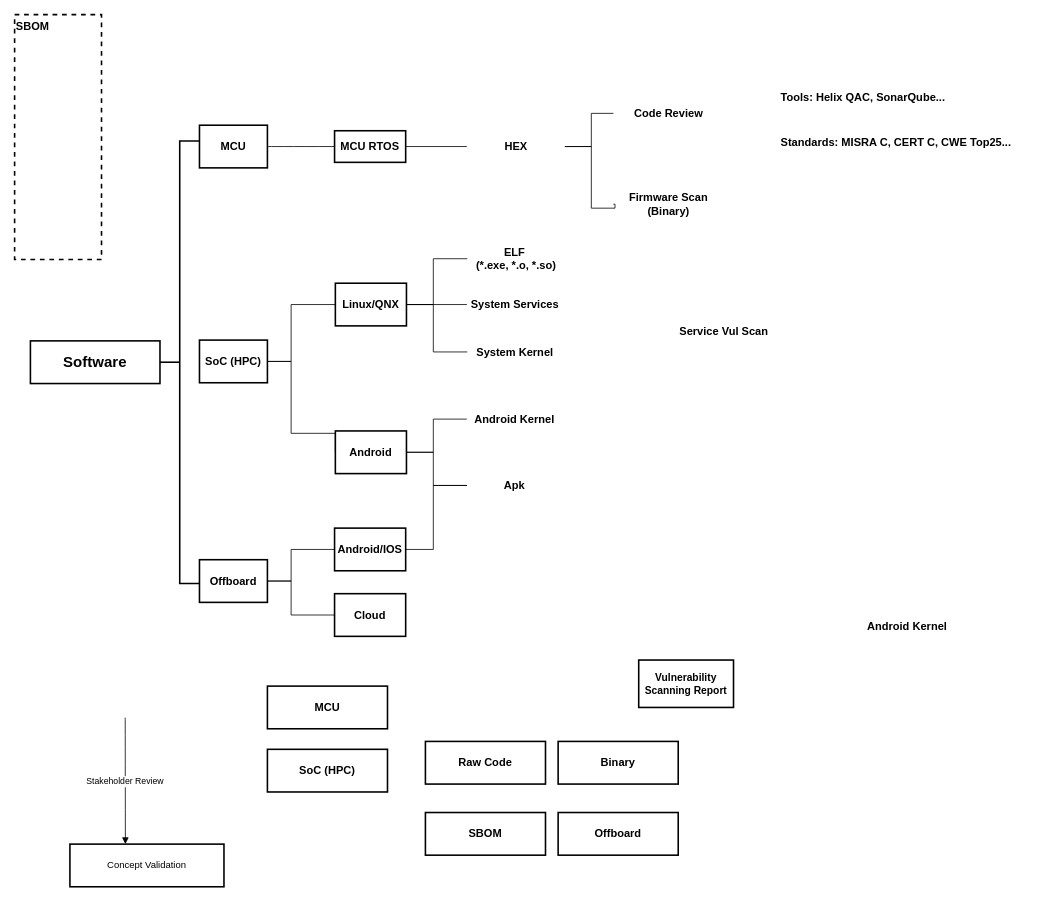
Earlier version of the draw.io diagram VulScan.drawio (karl-xing/drawio). Source tidied: cells renumbered, new cells numbered last; positions are measured from the earlier drawing's top-left corner, leaving out a move shared by most shapes. Both pictures are drawn from the tidied source at 79%, with x=0, y=0 at pixel (14, 14).
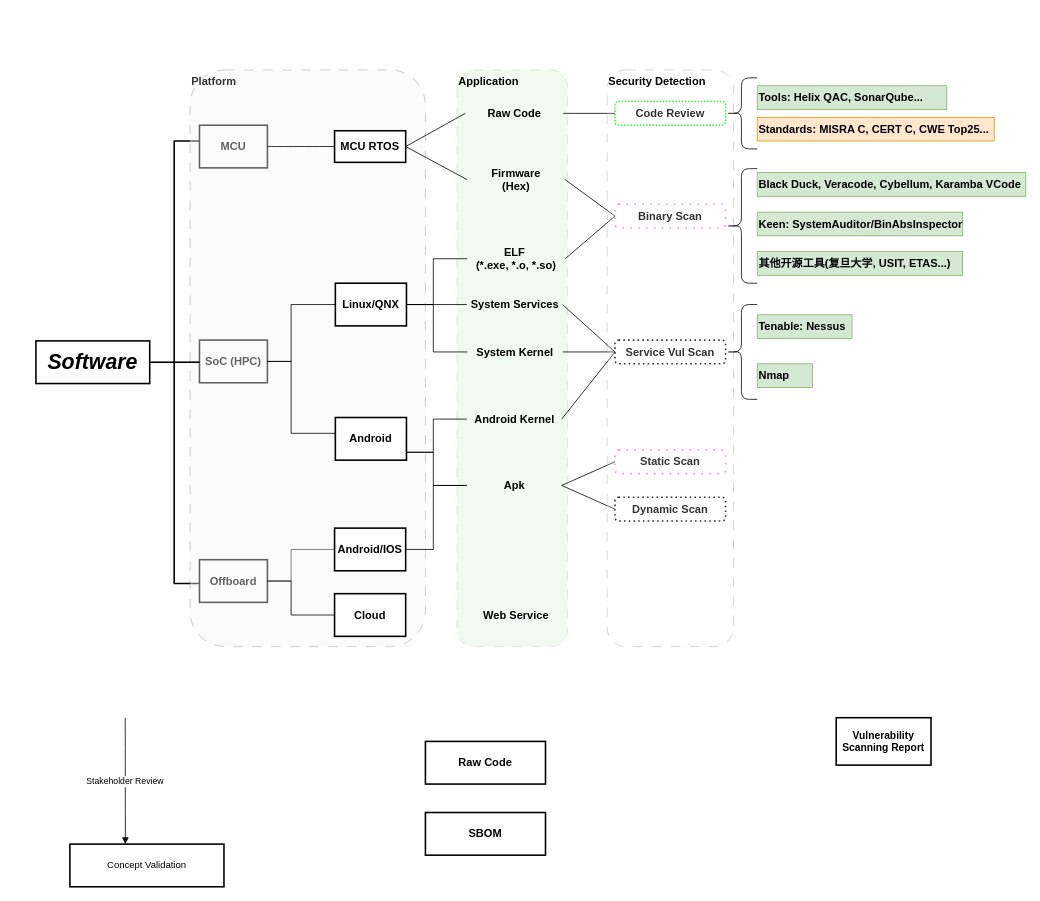
The same page after the edit.

Unchanged cells that the change refers to:
```xml
<mxCell id="20" value="MCU RTOS" style="whiteSpace=wrap;strokeWidth=2;fontSize=14;fontStyle=1;" parent="1" vertex="1">
  <mxGeometry x="405" y="147" width="90" height="40" as="geometry" />
</mxCell>
```

Change to the diagram source:
```diff
@@
+    <mxCell id="49" value="Application" style="whiteSpace=wrap;strokeWidth=1;fontSize=14;fontStyle=1;fillColor=#d5e8d4;dashed=1;verticalAlign=top;align=left;dashPattern=12 12;perimeterSpacing=0;opacity=30;rounded=1;strokeColor=#82b366;" parent="1" vertex="1">
+      <mxGeometry x="560" y="70" width="140" height="730" as="geometry" />
+    </mxCell>
-    <mxCell id="2" value="Software" style="whiteSpace=wrap;strokeWidth=2;fontSize=19;fontStyle=1;" parent="1" vertex="1">
-      <mxGeometry x="20" y="413" width="164" height="54" as="geometry" />
+    <mxCell id="2" value="Software" style="whiteSpace=wrap;strokeWidth=2;fontSize=27;fontStyle=3;" parent="1" vertex="1">
+      <mxGeometry x="27" y="413" width="144" height="54" as="geometry" />
     </mxCell>
@@
     <mxCell id="5" style="strokeWidth=2;html=1;shape=mxgraph.flowchart.annotation_2;align=left;labelPosition=right;" parent="1" vertex="1">
-      <mxGeometry x="184" y="160" width="50" height="560" as="geometry" />
+      <mxGeometry x="170" y="160" width="64" height="560" as="geometry" />
     </mxCell>
@@
     <mxCell id="10" value="Vulnerability Scanning Report" style="whiteSpace=wrap;html=1;fontSize=13;strokeWidth=2;fontStyle=1;" parent="1" vertex="1">
-      <mxGeometry x="790" y="817" width="120" height="60" as="geometry" />
+      <mxGeometry x="1040" y="890" width="120" height="60" as="geometry" />
     </mxCell>
-    <mxCell id="11" value="MCU" style="whiteSpace=wrap;strokeWidth=2;fontSize=14;fontStyle=1;" parent="1" vertex="1">
-      <mxGeometry x="320" y="850" width="152" height="54" as="geometry" />
-    </mxCell>
-    <mxCell id="12" value="SoC (HPC)" style="whiteSpace=wrap;strokeWidth=2;fontSize=14;fontStyle=1;" parent="1" vertex="1">
-      <mxGeometry x="320" y="930" width="152" height="54" as="geometry" />
-    </mxCell>
-    <mxCell id="13" value="Offboard" style="whiteSpace=wrap;strokeWidth=2;fontSize=14;fontStyle=1;" parent="1" vertex="1">
-      <mxGeometry x="688" y="1010" width="152" height="54" as="geometry" />
-    </mxCell>
-    <mxCell id="14" value="Binary" style="whiteSpace=wrap;strokeWidth=2;fontSize=14;fontStyle=1;" parent="1" vertex="1">
-      <mxGeometry x="688" y="920" width="152" height="54" as="geometry" />
-    </mxCell>
@@
-    <mxCell id="17" value="SBOM" style="whiteSpace=wrap;strokeWidth=2;fontSize=14;fontStyle=1;fillColor=none;dashed=1;verticalAlign=top;align=left;" parent="1" vertex="1">
-      <mxGeometry width="110" height="310" as="geometry" />
+    <mxCell id="17" value="Platform" style="whiteSpace=wrap;strokeWidth=1;fontSize=14;fontStyle=1;fillColor=#f5f5f5;dashed=1;verticalAlign=top;align=left;dashPattern=12 12;fontColor=#333333;strokeColor=#666666;opacity=40;rounded=1;" parent="1" vertex="1">
+      <mxGeometry x="222" y="70" width="298" height="730" as="geometry" />
     </mxCell>
@@
     <mxCell id="19" value="Android" style="whiteSpace=wrap;strokeWidth=2;fontSize=14;fontStyle=1;" parent="1" vertex="1">
-      <mxGeometry x="406" y="527" width="90" height="54" as="geometry" />
+      <mxGeometry x="406" y="510" width="90" height="54" as="geometry" />
     </mxCell>
@@
-    <mxCell id="22" value="ELF &#10;(*.exe, *.o, *.so)" style="whiteSpace=wrap;strokeWidth=2;fontSize=14;fontStyle=1;strokeColor=none;points=[[0,0,0,0,0],[0,0.5,0,0,0],[0,1,0,0,0],[0.25,0,0,0,0],[0.25,1,0,0,0],[0.5,0,0,0,0],[0.5,1,0,0,0],[0.75,0,0,0,0],[0.75,1,0,0,0],[1,0,0,0,0],[1,0.5,0,0,0],[1,1,0,0,0]];" parent="1" vertex="1">
+    <mxCell id="22" value="ELF &#10;(*.exe, *.o, *.so)" style="whiteSpace=wrap;strokeWidth=2;fontSize=14;fontStyle=1;strokeColor=none;points=[[0,0,0,0,0],[0,0.5,0,0,0],[0,1,0,0,0],[0.25,0,0,0,0],[0.25,1,0,0,0],[0.5,0,0,0,0],[0.5,1,0,0,0],[0.75,0,0,0,0],[0.75,1,0,0,0],[1,0,0,0,0],[1,0.5,0,0,0],[1,1,0,0,0]];fillColor=none;" parent="1" vertex="1">
       <mxGeometry x="573" y="294" width="124" height="30" as="geometry" />
     </mxCell>
-    <mxCell id="23" value="Android Kernel" style="whiteSpace=wrap;strokeWidth=2;fontSize=14;fontStyle=1;strokeColor=none;" parent="1" vertex="1">
-      <mxGeometry x="1070" y="760" width="120" height="30" as="geometry" />
-    </mxCell>
@@
-    <mxCell id="25" value="System Services" style="whiteSpace=wrap;strokeWidth=2;fontSize=14;fontStyle=1;strokeColor=none;points=[[0,0,0,0,0],[0,0.5,0,0,0],[0,1,0,0,0],[0.25,0,0,0,0],[0.25,1,0,0,0],[0.5,0,0,0,0],[0.5,1,0,0,0],[0.75,0,0,0,0],[0.75,1,0,0,0],[1,0,0,0,0],[1,0.5,0,0,0],[1,1,0,0,0]];" parent="1" vertex="1">
+    <mxCell id="25" value="System Services" style="whiteSpace=wrap;strokeWidth=2;fontSize=14;fontStyle=1;strokeColor=none;points=[[0,0,0,0,0],[0,0.5,0,0,0],[0,1,0,0,0],[0.25,0,0,0,0],[0.25,1,0,0,0],[0.5,0,0,0,0],[0.5,1,0,0,0],[0.75,0,0,0,0],[0.75,1,0,0,0],[1,0,0,0,0],[1,0.5,0,0,0],[1,1,0,0,0]];fillColor=none;" parent="1" vertex="1">
       <mxGeometry x="572.5" y="352" width="121" height="30" as="geometry" />
     </mxCell>
@@
-    <mxCell id="27" value="System Kernel" style="whiteSpace=wrap;strokeWidth=2;fontSize=14;fontStyle=1;strokeColor=none;points=[[0,0,0,0,0],[0,0.5,0,0,0],[0,1,0,0,0],[0.25,0,0,0,0],[0.25,1,0,0,0],[0.5,0,0,0,0],[0.5,1,0,0,0],[0.75,0,0,0,0],[0.75,1,0,0,0],[1,0,0,0,0],[1,0.5,0,0,0],[1,1,0,0,0]];" parent="1" vertex="1">
+    <mxCell id="27" value="System Kernel" style="whiteSpace=wrap;strokeWidth=2;fontSize=14;fontStyle=1;strokeColor=none;points=[[0,0,0,0,0],[0,0.5,0,0,0],[0,1,0,0,0],[0.25,0,0,0,0],[0.25,1,0,0,0],[0.5,0,0,0,0],[0.5,1,0,0,0],[0.75,0,0,0,0],[0.75,1,0,0,0],[1,0,0,0,0],[1,0.5,0,0,0],[1,1,0,0,0]];fillColor=none;" parent="1" vertex="1">
       <mxGeometry x="573" y="412" width="121" height="30" as="geometry" />
     </mxCell>
@@
-    <mxCell id="31" value="Apk" style="whiteSpace=wrap;strokeWidth=2;fontSize=14;fontStyle=1;strokeColor=none;points=[[0,0,0,0,0],[0,0.5,0,0,0],[0,1,0,0,0],[0.25,0,0,0,0],[0.25,1,0,0,0],[0.5,0,0,0,0],[0.5,1,0,0,0],[0.75,0,0,0,0],[0.75,1,0,0,0],[1,0,0,0,0],[1,0.5,0,0,0],[1,1,0,0,0]];" parent="1" vertex="1">
+    <mxCell id="31" value="Apk" style="whiteSpace=wrap;strokeWidth=2;fontSize=14;fontStyle=1;strokeColor=none;points=[[0,0,0,0,0],[0,0.5,0,0,0],[0,1,0,0,0],[0.25,0,0,0,0],[0.25,1,0,0,0],[0.5,0,0,0,0],[0.5,1,0,0,0],[0.75,0,0,0,0],[0.75,1,0,0,0],[1,0,0,0,0],[1,0.5,0,0,0],[1,1,0,0,0]];fillColor=none;" parent="1" vertex="1">
       <mxGeometry x="572.5" y="581" width="120" height="30" as="geometry" />
     </mxCell>
@@
-    <mxCell id="37" value="Code Review" style="whiteSpace=wrap;strokeWidth=2;fontSize=14;fontStyle=1;strokeColor=none;points=[[0,0,0,0,0],[0,0.5,0,0,0],[0,1,0,0,0],[0.25,0,0,0,0],[0.25,1,0,0,0],[0.5,0,0,0,0],[0.5,1,0,0,0],[0.75,0,0,0,0],[0.75,1,0,0,0],[1,0,0,0,0],[1,0.5,0,0,0],[1,1,0,0,0]];" parent="1" vertex="1">
-      <mxGeometry x="758" y="110" width="140" height="30" as="geometry" />
+    <mxCell id="37" value="Code Review" style="whiteSpace=wrap;strokeWidth=2;fontSize=14;fontStyle=1;strokeColor=#00FF00;points=[[0,0,0,0,0],[0,0.5,0,0,0],[0,1,0,0,0],[0.25,0,0,0,0],[0.25,1,0,0,0],[0.5,0,0,0,0],[0.5,1,0,0,0],[0.75,0,0,0,0],[0.75,1,0,0,0],[1,0,0,0,0],[1,0.5,0,0,0],[1,1,0,0,0]];dashed=1;dashPattern=1 1;glass=0;rounded=1;" parent="1" vertex="1">
+      <mxGeometry x="760" y="110" width="140" height="30" as="geometry" />
     </mxCell>
-    <mxCell id="38" value="Firmware Scan&#10;(Binary)" style="whiteSpace=wrap;strokeWidth=2;fontSize=14;fontStyle=1;strokeColor=none;points=[[0,0,0,0,0],[0,0.5,0,0,0],[0,1,0,0,0],[0.25,0,0,0,0],[0.25,1,0,0,0],[0.5,0,0,0,0],[0.5,1,0,0,0],[0.75,0,0,0,0],[0.75,1,0,0,0],[1,0,0,0,0],[1,0.5,0,0,0],[1,1,0,0,0]];" parent="1" vertex="1">
-      <mxGeometry x="758" y="210" width="140" height="60" as="geometry" />
-    </mxCell>
-    <mxCell id="39" value="Service Vul Scan" style="whiteSpace=wrap;strokeWidth=2;fontSize=14;fontStyle=1;strokeColor=none;points=[[0,0,0,0,0],[0,0.5,0,0,0],[0,1,0,0,0],[0.25,0,0,0,0],[0.25,1,0,0,0],[0.5,0,0,0,0],[0.5,1,0,0,0],[0.75,0,0,0,0],[0.75,1,0,0,0],[1,0,0,0,0],[1,0.5,0,0,0],[1,1,0,0,0]];" parent="1" vertex="1">
-      <mxGeometry x="828" y="385.5" width="140" height="30" as="geometry" />
+    <mxCell id="39" value="Service Vul Scan" style="whiteSpace=wrap;strokeWidth=2;fontSize=14;fontStyle=1;strokeColor=default;points=[[0,0,0,0,0],[0,0.5,0,0,0],[0,1,0,0,0],[0.25,0,0,0,0],[0.25,1,0,0,0],[0.5,0,0,0,0],[0.5,1,0,0,0],[0.75,0,0,0,0],[0.75,1,0,0,0],[1,0,0,0,0],[1,0.5,0,0,0],[1,1,0,0,0]];dashed=1;dashPattern=1 2;rounded=1;" parent="1" vertex="1">
+      <mxGeometry x="760" y="412" width="140" height="30" as="geometry" />
     </mxCell>
@@
-    <mxCell id="42" value="Android Kernel" style="whiteSpace=wrap;strokeWidth=2;fontSize=14;fontStyle=1;strokeColor=none;points=[[0,0,0,0,0],[0,0.5,0,0,0],[0,1,0,0,0],[0.25,0,0,0,0],[0.25,1,0,0,0],[0.5,0,0,0,0],[0.5,1,0,0,0],[0.75,0,0,0,0],[0.75,1,0,0,0],[1,0,0,0,0],[1,0.5,0,0,0],[1,1,0,0,0]];" parent="1" vertex="1">
+    <mxCell id="42" value="Android Kernel" style="whiteSpace=wrap;strokeWidth=2;fontSize=14;fontStyle=1;strokeColor=none;points=[[0,0,0,0,0],[0,0.5,0,0,0],[0,1,0,0,0],[0.25,0,0,0,0],[0.25,1,0,0,0],[0.5,0,0,0,0],[0.5,1,0,0,0],[0.75,0,0,0,0],[0.75,1,0,0,0],[1,0,0,0,0],[1,0.5,0,0,0],[1,1,0,0,0]];fillColor=none;" parent="1" vertex="1">
       <mxGeometry x="572.5" y="497" width="120" height="30" as="geometry" />
     </mxCell>
@@
-    <mxCell id="44" value="HEX" style="whiteSpace=wrap;strokeWidth=2;fontSize=14;fontStyle=1;strokeColor=none;points=[[0,0,0,0,0],[0,0.5,0,0,0],[0,1,0,0,0],[0.25,0,0,0,0],[0.25,1,0,0,0],[0.5,0,0,0,0],[0.5,1,0,0,0],[0.75,0,0,0,0],[0.75,1,0,0,0],[1,0,0,0,0],[1,0.5,0,0,0],[1,1,0,0,0]];" parent="1" vertex="1">
-      <mxGeometry x="572.5" y="152" width="124" height="30" as="geometry" />
+    <mxCell id="44" value="Firmware&#10;(Hex)" style="whiteSpace=wrap;strokeWidth=2;fontSize=14;fontStyle=1;strokeColor=none;points=[[0,0,0,0,0],[0,0.5,0,0,0],[0,1,0,0,0],[0.25,0,0,0,0],[0.25,1,0,0,0],[0.5,0,0,0,0],[0.5,1,0,0,0],[0.75,0,0,0,0],[0.75,1,0,0,0],[1,0,0,0,0],[1,0.5,0,0,0],[1,1,0,0,0]];fillColor=none;" parent="1" vertex="1">
+      <mxGeometry x="573" y="194" width="124" height="30" as="geometry" />
     </mxCell>
-    <mxCell id="45" value="Tools: Helix QAC, SonarQube..." style="whiteSpace=wrap;strokeWidth=2;fontSize=14;fontStyle=1;strokeColor=none;align=left;" parent="1" vertex="1">
-      <mxGeometry x="968" y="90" width="240" height="30" as="geometry" />
+    <mxCell id="45" value="Tools: Helix QAC, SonarQube..." style="whiteSpace=wrap;strokeWidth=1;fontSize=14;fontStyle=1;strokeColor=#82b366;align=left;fillColor=#d5e8d4;" parent="1" vertex="1">
+      <mxGeometry x="940" y="90" width="240" height="30" as="geometry" />
     </mxCell>
-    <mxCell id="46" value="Standards: MISRA C, CERT C, CWE Top25..." style="whiteSpace=wrap;strokeWidth=2;fontSize=14;fontStyle=1;strokeColor=none;align=left;" parent="1" vertex="1">
-      <mxGeometry x="968" y="147" width="300" height="30" as="geometry" />
+    <mxCell id="46" value="Standards: MISRA C, CERT C, CWE Top25..." style="whiteSpace=wrap;strokeWidth=1;fontSize=14;fontStyle=1;strokeColor=#d79b00;align=left;fillColor=#ffe6cc;" parent="1" vertex="1">
+      <mxGeometry x="940" y="130" width="300" height="30" as="geometry" />
     </mxCell>
-    <mxCell id="47" style="endArrow=none;html=1;rounded=0;exitX=1;exitY=0.5;exitDx=0;exitDy=0;endFill=0;edgeStyle=orthogonalEdgeStyle;exitPerimeter=0;entryX=0;entryY=0.5;entryDx=0;entryDy=0;entryPerimeter=0;" parent="1" edge="1" source="44" target="38">
-      <mxGeometry relative="1" as="geometry">
-        <Array as="points">
-          <mxPoint x="730" y="167" />
-          <mxPoint x="730" y="245" />
-          <mxPoint x="760" y="245" />
-          <mxPoint x="760" y="240" />
-        </Array>
-      </mxGeometry>
-    </mxCell>
-    <mxCell id="48" style="endArrow=none;html=1;rounded=0;exitX=1;exitY=0.5;exitDx=0;exitDy=0;endFill=0;edgeStyle=orthogonalEdgeStyle;exitPerimeter=0;entryX=0;entryY=0.5;entryDx=0;entryDy=0;entryPerimeter=0;" parent="1" edge="1" source="44" target="37">
-      <mxGeometry relative="1" as="geometry">
-        <Array as="points">
-          <mxPoint x="730" y="167" />
-          <mxPoint x="730" y="125" />
-        </Array>
-      </mxGeometry>
-    </mxCell>
+    <mxCell id="50" value="Binary Scan" style="whiteSpace=wrap;strokeWidth=2;fontSize=14;fontStyle=1;strokeColor=#FF66FF;points=[[0,0,0,0,0],[0,0.5,0,0,0],[0,1,0,0,0],[0.25,0,0,0,0],[0.25,1,0,0,0],[0.5,0,0,0,0],[0.5,1,0,0,0],[0.75,0,0,0,0],[0.75,1,0,0,0],[1,0,0,0,0],[1,0.5,0,0,0],[1,1,0,0,0]];dashed=1;dashPattern=1 4;rounded=1;" parent="1" vertex="1">
+      <mxGeometry x="760" y="240" width="140" height="30" as="geometry" />
+    </mxCell>
+    <mxCell id="51" value="Raw Code" style="whiteSpace=wrap;strokeWidth=2;fontSize=14;fontStyle=1;strokeColor=none;points=[[0,0,0,0,0],[0,0.5,0,0,0],[0,1,0,0,0],[0.25,0,0,0,0],[0.25,1,0,0,0],[0.5,0,0,0,0],[0.5,1,0,0,0],[0.75,0,0,0,0],[0.75,1,0,0,0],[1,0,0,0,0],[1,0.5,0,0,0],[1,1,0,0,0]];fillColor=none;" parent="1" vertex="1">
+      <mxGeometry x="570.5" y="110" width="124" height="30" as="geometry" />
+    </mxCell>
+    <mxCell id="52" style="endArrow=none;html=1;rounded=0;exitX=1;exitY=0.5;exitDx=0;exitDy=0;entryX=0;entryY=0.5;entryDx=0;entryDy=0;endFill=0;entryPerimeter=0;" parent="1" edge="1" source="20" target="51">
+      <mxGeometry relative="1" as="geometry" />
+    </mxCell>
+    <mxCell id="53" style="endArrow=none;html=1;rounded=0;exitX=1;exitY=0.5;exitDx=0;exitDy=0;exitPerimeter=0;entryX=0;entryY=0.5;entryDx=0;entryDy=0;entryPerimeter=0;" parent="1" edge="1" source="51" target="37">
+      <mxGeometry relative="1" as="geometry" />
+    </mxCell>
+    <mxCell id="54" style="endArrow=none;html=1;rounded=0;exitX=0.505;exitY=0.5;exitDx=0;exitDy=0;exitPerimeter=0;entryX=1;entryY=0.5;entryDx=0;entryDy=0;entryPerimeter=0;strokeWidth=2;" parent="1" edge="1" source="5" target="5">
+      <mxGeometry relative="1" as="geometry" />
+    </mxCell>
+    <mxCell id="55" style="endArrow=none;html=1;rounded=0;exitX=1;exitY=0.5;exitDx=0;exitDy=0;exitPerimeter=0;entryX=0;entryY=0.5;entryDx=0;entryDy=0;entryPerimeter=0;" parent="1" edge="1" source="44" target="50">
+      <mxGeometry relative="1" as="geometry" />
+    </mxCell>
+    <mxCell id="56" style="endArrow=none;html=1;rounded=0;exitX=1;exitY=0.5;exitDx=0;exitDy=0;exitPerimeter=0;entryX=0;entryY=0.5;entryDx=0;entryDy=0;entryPerimeter=0;" parent="1" edge="1" source="25" target="39">
+      <mxGeometry relative="1" as="geometry" />
+    </mxCell>
+    <mxCell id="57" style="endArrow=none;html=1;rounded=0;exitX=1;exitY=0.5;exitDx=0;exitDy=0;exitPerimeter=0;entryX=0;entryY=0.5;entryDx=0;entryDy=0;entryPerimeter=0;" parent="1" edge="1" source="27" target="39">
+      <mxGeometry relative="1" as="geometry" />
+    </mxCell>
+    <mxCell id="58" style="endArrow=none;html=1;rounded=0;exitX=1;exitY=0.5;exitDx=0;exitDy=0;exitPerimeter=0;entryX=0;entryY=0.5;entryDx=0;entryDy=0;entryPerimeter=0;" parent="1" edge="1" source="22" target="50">
+      <mxGeometry relative="1" as="geometry" />
+    </mxCell>
+    <mxCell id="59" style="endArrow=none;html=1;rounded=0;exitX=1;exitY=0.5;exitDx=0;exitDy=0;exitPerimeter=0;entryX=0;entryY=0.5;entryDx=0;entryDy=0;entryPerimeter=0;" parent="1" edge="1" source="42" target="39">
+      <mxGeometry relative="1" as="geometry" />
+    </mxCell>
+    <mxCell id="60" value="Web Service" style="whiteSpace=wrap;strokeWidth=2;fontSize=14;fontStyle=1;strokeColor=none;fillColor=none;" parent="1" vertex="1">
+      <mxGeometry x="573" y="745" width="124" height="30" as="geometry" />
+    </mxCell>
+    <mxCell id="61" value="Tenable: Nessus" style="whiteSpace=wrap;strokeWidth=1;fontSize=14;fontStyle=1;strokeColor=#82b366;align=left;fillColor=#d5e8d4;" parent="1" vertex="1">
+      <mxGeometry x="940" y="380" width="120" height="30" as="geometry" />
+    </mxCell>
+    <mxCell id="62" value="Nmap" style="whiteSpace=wrap;strokeWidth=1;fontSize=14;fontStyle=1;strokeColor=#82b366;align=left;fillColor=#d5e8d4;" parent="1" vertex="1">
+      <mxGeometry x="940" y="442" width="70" height="30" as="geometry" />
+    </mxCell>
+    <mxCell id="63" style="shape=curlyBracket;whiteSpace=wrap;html=1;rounded=1;labelPosition=left;verticalLabelPosition=middle;align=right;verticalAlign=middle;" parent="1" vertex="1">
+      <mxGeometry x="900" y="367" width="40" height="120" as="geometry" />
+    </mxCell>
+    <mxCell id="64" style="shape=curlyBracket;whiteSpace=wrap;html=1;rounded=1;labelPosition=left;verticalLabelPosition=middle;align=right;verticalAlign=middle;size=0.5;" parent="1" vertex="1">
+      <mxGeometry x="900" y="195" width="40" height="145" as="geometry" />
+    </mxCell>
+    <mxCell id="65" value="Black Duck, Veracode, Cybellum, Karamba VCode" style="whiteSpace=wrap;strokeWidth=1;fontSize=14;fontStyle=1;strokeColor=#82b366;align=left;fillColor=#d5e8d4;" parent="1" vertex="1">
+      <mxGeometry x="940" y="200" width="340" height="30" as="geometry" />
+    </mxCell>
+    <mxCell id="66" style="shape=curlyBracket;whiteSpace=wrap;html=1;rounded=1;labelPosition=left;verticalLabelPosition=middle;align=right;verticalAlign=middle;" parent="1" vertex="1">
+      <mxGeometry x="900" y="80" width="40" height="90" as="geometry" />
+    </mxCell>
+    <mxCell id="67" value="Keen: SystemAuditor/BinAbsInspector" style="whiteSpace=wrap;strokeWidth=1;fontSize=14;fontStyle=1;strokeColor=#82b366;align=left;fillColor=#d5e8d4;" parent="1" vertex="1">
+      <mxGeometry x="940" y="250" width="260" height="30" as="geometry" />
+    </mxCell>
+    <mxCell id="68" value="其他开源工具(复旦大学, USIT, ETAS...)" style="whiteSpace=wrap;strokeWidth=1;fontSize=14;fontStyle=1;strokeColor=#82b366;align=left;fillColor=#d5e8d4;" parent="1" vertex="1">
+      <mxGeometry x="940" y="300" width="260" height="30" as="geometry" />
+    </mxCell>
+    <mxCell id="69" value="Static Scan" style="whiteSpace=wrap;strokeWidth=2;fontSize=14;fontStyle=1;strokeColor=#FF66FF;points=[[0,0,0,0,0],[0,0.5,0,0,0],[0,1,0,0,0],[0.25,0,0,0,0],[0.25,1,0,0,0],[0.5,0,0,0,0],[0.5,1,0,0,0],[0.75,0,0,0,0],[0.75,1,0,0,0],[1,0,0,0,0],[1,0.5,0,0,0],[1,1,0,0,0]];dashed=1;dashPattern=1 4;rounded=1;" parent="1" vertex="1">
+      <mxGeometry x="760" y="551" width="140" height="30" as="geometry" />
+    </mxCell>
+    <mxCell id="70" value="Dynamic Scan" style="whiteSpace=wrap;strokeWidth=2;fontSize=14;fontStyle=1;strokeColor=default;points=[[0,0,0,0,0],[0,0.5,0,0,0],[0,1,0,0,0],[0.25,0,0,0,0],[0.25,1,0,0,0],[0.5,0,0,0,0],[0.5,1,0,0,0],[0.75,0,0,0,0],[0.75,1,0,0,0],[1,0,0,0,0],[1,0.5,0,0,0],[1,1,0,0,0]];dashed=1;dashPattern=1 2;rounded=1;" parent="1" vertex="1">
+      <mxGeometry x="760" y="611" width="140" height="30" as="geometry" />
+    </mxCell>
+    <mxCell id="71" style="edgeStyle=orthogonalEdgeStyle;rounded=0;orthogonalLoop=1;jettySize=auto;html=1;exitX=0.5;exitY=1;exitDx=0;exitDy=0;exitPerimeter=0;" parent="1" edge="1" source="69" target="69">
+      <mxGeometry relative="1" as="geometry" />
+    </mxCell>
+    <mxCell id="72" style="endArrow=none;html=1;rounded=0;exitX=1;exitY=0.5;exitDx=0;exitDy=0;exitPerimeter=0;entryX=0;entryY=0.5;entryDx=0;entryDy=0;entryPerimeter=0;" parent="1" edge="1" source="31" target="69">
+      <mxGeometry relative="1" as="geometry" />
+    </mxCell>
+    <mxCell id="73" style="endArrow=none;html=1;rounded=0;exitX=1;exitY=0.5;exitDx=0;exitDy=0;exitPerimeter=0;entryX=0;entryY=0.5;entryDx=0;entryDy=0;entryPerimeter=0;" parent="1" edge="1" source="31" target="70">
+      <mxGeometry relative="1" as="geometry" />
+    </mxCell>
+    <mxCell id="74" value="Security Detection" style="whiteSpace=wrap;strokeWidth=1;fontSize=14;fontStyle=1;dashed=1;verticalAlign=top;align=left;dashPattern=12 12;perimeterSpacing=0;opacity=20;rounded=1;" parent="1" vertex="1">
+      <mxGeometry x="750" y="70" width="160" height="730" as="geometry" />
+    </mxCell>
```
